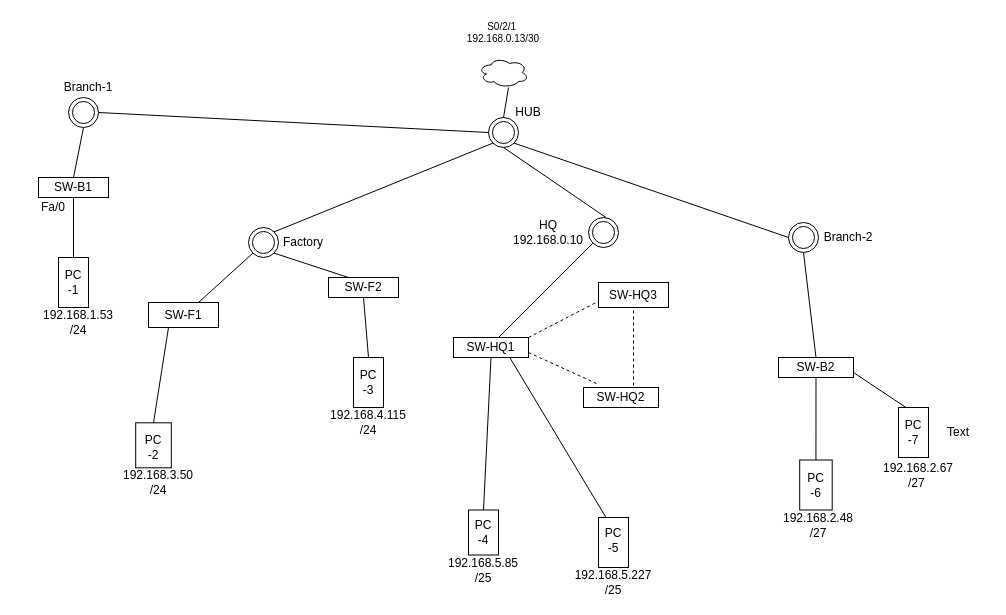
Before: Untitled Diagram.drawio in mbwoodard/cisco, a draw.io diagram. Source tidied: cells renumbered, new cells numbered last; positions are measured from the earlier drawing's top-left corner, leaving out a move shared by most shapes. Both pictures are drawn from the tidied source at 100%, with x=0, y=0 at pixel (38, 17).
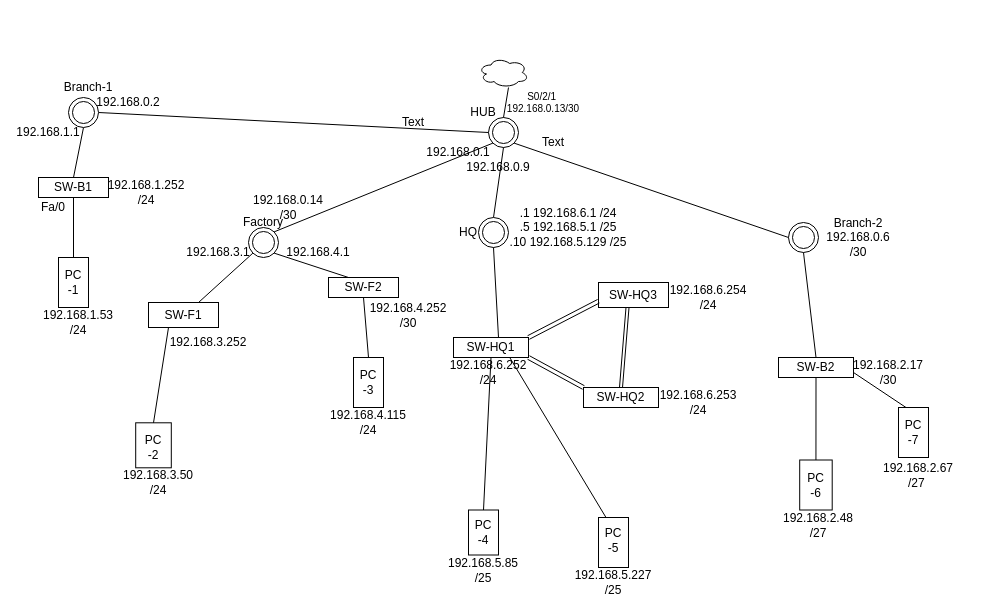
After the change.

Unchanged cells that the change refers to:
```xml
<mxCell id="3" style="ellipse;shape=doubleEllipse;whiteSpace=wrap;html=1;" parent="1" vertex="1">
  <mxGeometry x="450" y="100" width="30" height="30" as="geometry" />
</mxCell>
<mxCell id="37" value="SW-HQ1" style="rounded=0;whiteSpace=wrap;html=1;" parent="1" vertex="1">
  <mxGeometry x="415" y="320" width="75" height="20" as="geometry" />
</mxCell>
<mxCell id="38" value="SW-HQ3" style="rounded=0;whiteSpace=wrap;html=1;" parent="1" vertex="1">
  <mxGeometry x="560" y="265" width="70" height="25" as="geometry" />
</mxCell>
<mxCell id="39" value="SW-HQ2" style="rounded=0;whiteSpace=wrap;html=1;" parent="1" vertex="1">
  <mxGeometry x="545" y="370" width="75" height="20" as="geometry" />
</mxCell>
```

The edit, as a diff of the source:
```diff
@@
     <mxCell id="7" value="S0/2/1&amp;nbsp;&lt;div&gt;192.168.0.13/30&lt;/div&gt;" style="text;html=1;whiteSpace=wrap;strokeColor=none;fillColor=none;align=center;verticalAlign=middle;rounded=0;fontSize=10;" parent="1" vertex="1">
-      <mxGeometry x="430" width="70" height="30" as="geometry" />
+      <mxGeometry x="470" y="70" width="70" height="30" as="geometry" />
     </mxCell>
@@
     <mxCell id="30" value="Factory" style="text;html=1;whiteSpace=wrap;strokeColor=none;fillColor=none;align=center;verticalAlign=middle;rounded=0;" parent="1" vertex="1">
-      <mxGeometry x="235" y="210" width="60" height="30" as="geometry" />
+      <mxGeometry x="195" y="190" width="60" height="30" as="geometry" />
     </mxCell>
-    <mxCell id="31" style="endArrow=none;html=1;rounded=0;entryX=0.5;entryY=1;entryDx=0;entryDy=0;exitX=0.5;exitY=0;exitDx=0;exitDy=0;" parent="1" edge="1" target="3">
-      <mxGeometry relative="1" as="geometry">
-        <mxPoint x="567.5" y="200" as="sourcePoint" />
-      </mxGeometry>
+    <mxCell id="31" style="endArrow=none;html=1;rounded=0;entryX=0.5;entryY=1;entryDx=0;entryDy=0;exitX=0.5;exitY=0;exitDx=0;exitDy=0;" parent="1" edge="1" source="35" target="3">
+      <mxGeometry relative="1" as="geometry" />
     </mxCell>
@@
     <mxCell id="35" style="ellipse;shape=doubleEllipse;whiteSpace=wrap;html=1;" parent="1" vertex="1">
-      <mxGeometry x="550" y="200" width="30" height="30" as="geometry" />
+      <mxGeometry x="440" y="200" width="30" height="30" as="geometry" />
     </mxCell>
@@
-    <mxCell id="42" style="endArrow=none;dashed=1;html=1;rounded=0;entryX=0;entryY=0.75;entryDx=0;entryDy=0;" parent="1" edge="1" target="38">
-      <mxGeometry relative="1" as="geometry">
-        <mxPoint x="490" y="320" as="sourcePoint" />
-      </mxGeometry>
-    </mxCell>
-    <mxCell id="43" style="endArrow=none;dashed=1;html=1;rounded=0;entryX=0.5;entryY=1;entryDx=0;entryDy=0;exitX=0.667;exitY=-0.1;exitDx=0;exitDy=0;exitPerimeter=0;" parent="1" edge="1" source="39" target="38">
-      <mxGeometry relative="1" as="geometry" />
-    </mxCell>
-    <mxCell id="44" style="endArrow=none;dashed=1;html=1;rounded=0;exitX=1;exitY=0.75;exitDx=0;exitDy=0;entryX=0.173;entryY=-0.2;entryDx=0;entryDy=0;entryPerimeter=0;" parent="1" edge="1" source="37" target="39">
-      <mxGeometry relative="1" as="geometry" />
-    </mxCell>
@@
-    <mxCell id="52" style="endArrow=none;html=1;rounded=0;entryX=0;entryY=1;entryDx=0;entryDy=0;" parent="1" edge="1" target="35">
+    <mxCell id="52" style="endArrow=none;html=1;rounded=0;entryX=0.5;entryY=1;entryDx=0;entryDy=0;" parent="1" edge="1" target="35">
       <mxGeometry relative="1" as="geometry">
         <mxPoint x="460" y="320" as="sourcePoint" />
       </mxGeometry>
     </mxCell>
-    <mxCell id="53" value="HQ&lt;div&gt;192.168.0.10&lt;/div&gt;" style="text;html=1;whiteSpace=wrap;strokeColor=none;fillColor=none;align=center;verticalAlign=middle;rounded=0;" parent="1" vertex="1">
-      <mxGeometry x="480" y="200" width="60" height="30" as="geometry" />
+    <mxCell id="53" value="HQ" style="text;html=1;whiteSpace=wrap;strokeColor=none;fillColor=none;align=center;verticalAlign=middle;rounded=0;" parent="1" vertex="1">
+      <mxGeometry x="415" y="205" width="30" height="20" as="geometry" />
     </mxCell>
     <mxCell id="54" value="HUB" style="text;html=1;whiteSpace=wrap;strokeColor=none;fillColor=none;align=center;verticalAlign=middle;rounded=0;" parent="1" vertex="1">
-      <mxGeometry x="460" y="80" width="60" height="30" as="geometry" />
+      <mxGeometry x="415" y="80" width="60" height="30" as="geometry" />
     </mxCell>
@@
-    <mxCell id="57" value="Branch-2" style="text;html=1;whiteSpace=wrap;strokeColor=none;fillColor=none;align=center;verticalAlign=middle;rounded=0;" parent="1" vertex="1">
-      <mxGeometry x="780" y="205" width="60" height="30" as="geometry" />
+    <mxCell id="57" value="Branch-2 192.168.0.6 /30" style="text;html=1;whiteSpace=wrap;strokeColor=none;fillColor=none;align=center;verticalAlign=middle;rounded=0;" parent="1" vertex="1">
+      <mxGeometry x="790" y="205" width="60" height="30" as="geometry" />
     </mxCell>
-    <mxCell id="58" value="Text" style="text;html=1;whiteSpace=wrap;strokeColor=none;fillColor=none;align=center;verticalAlign=middle;rounded=0;" parent="1" vertex="1">
-      <mxGeometry x="890" y="400" width="60" height="30" as="geometry" />
+    <mxCell id="58" value="192.168.6.254 /24" style="text;html=1;whiteSpace=wrap;strokeColor=none;fillColor=none;align=center;verticalAlign=middle;rounded=0;" parent="1" vertex="1">
+      <mxGeometry x="640" y="265" width="60" height="30" as="geometry" />
     </mxCell>
@@
+    <mxCell id="65" value="192.168.2.17 /30" style="text;html=1;whiteSpace=wrap;strokeColor=none;fillColor=none;align=center;verticalAlign=middle;rounded=0;" parent="1" vertex="1">
+      <mxGeometry x="820" y="340" width="60" height="30" as="geometry" />
+    </mxCell>
+    <mxCell id="66" value="192.168.6.253 /24" style="text;html=1;whiteSpace=wrap;strokeColor=none;fillColor=none;align=center;verticalAlign=middle;rounded=0;" parent="1" vertex="1">
+      <mxGeometry x="630" y="370" width="60" height="30" as="geometry" />
+    </mxCell>
+    <mxCell id="67" value="192.168.6.252 /24" style="text;html=1;whiteSpace=wrap;strokeColor=none;fillColor=none;align=center;verticalAlign=middle;rounded=0;" parent="1" vertex="1">
+      <mxGeometry x="420" y="340" width="60" height="30" as="geometry" />
+    </mxCell>
+    <mxCell id="68" value=".1 192.168.6.1 /24&lt;div&gt;.5 192.168.5.1 /25&lt;/div&gt;&lt;div&gt;.10 192.168.5.129 /25&lt;/div&gt;" style="text;html=1;whiteSpace=wrap;strokeColor=none;fillColor=none;align=center;verticalAlign=middle;rounded=0;" parent="1" vertex="1">
+      <mxGeometry x="470" y="195" width="120" height="30" as="geometry" />
+    </mxCell>
+    <mxCell id="69" style="shape=link;html=1;rounded=0;exitX=1;exitY=0;exitDx=0;exitDy=0;entryX=0;entryY=0.75;entryDx=0;entryDy=0;" parent="1" edge="1" source="37" target="38">
+      <mxGeometry relative="1" as="geometry" />
+    </mxCell>
+    <mxCell id="70" style="shape=link;html=1;rounded=0;width=3;entryX=0.5;entryY=0;entryDx=0;entryDy=0;" parent="1" edge="1" target="39">
+      <mxGeometry relative="1" as="geometry">
+        <mxPoint x="589" y="290" as="sourcePoint" />
+      </mxGeometry>
+    </mxCell>
+    <mxCell id="44" style="shape=link;html=1;rounded=0;entryX=0;entryY=0;entryDx=0;entryDy=0;exitX=1;exitY=1;exitDx=0;exitDy=0;" parent="1" edge="1" source="37" target="39">
+      <mxGeometry relative="1" as="geometry" />
+    </mxCell>
+    <mxCell id="71" value="192.168.4.1" style="text;html=1;whiteSpace=wrap;strokeColor=none;fillColor=none;align=center;verticalAlign=middle;rounded=0;" parent="1" vertex="1">
+      <mxGeometry x="250" y="220" width="60" height="30" as="geometry" />
+    </mxCell>
+    <mxCell id="72" value="192.168.4.252 /30" style="text;html=1;whiteSpace=wrap;strokeColor=none;fillColor=none;align=center;verticalAlign=middle;rounded=0;" parent="1" vertex="1">
+      <mxGeometry x="340" y="282.5" width="60" height="30" as="geometry" />
+    </mxCell>
+    <mxCell id="73" value="192.168.3.1" style="text;html=1;whiteSpace=wrap;strokeColor=none;fillColor=none;align=center;verticalAlign=middle;rounded=0;" parent="1" vertex="1">
+      <mxGeometry x="150" y="220" width="60" height="30" as="geometry" />
+    </mxCell>
+    <mxCell id="74" value="192.168.3.252" style="text;html=1;whiteSpace=wrap;strokeColor=none;fillColor=none;align=center;verticalAlign=middle;rounded=0;" parent="1" vertex="1">
+      <mxGeometry x="140" y="310" width="60" height="30" as="geometry" />
+    </mxCell>
+    <mxCell id="75" value="192.168.1.252 /24" style="text;html=1;whiteSpace=wrap;strokeColor=none;fillColor=none;align=center;verticalAlign=middle;rounded=0;" parent="1" vertex="1">
+      <mxGeometry x="77.5" y="160" width="60" height="30" as="geometry" />
+    </mxCell>
+    <mxCell id="76" value="192.168.1.1" style="text;html=1;whiteSpace=wrap;strokeColor=none;fillColor=none;align=center;verticalAlign=middle;rounded=0;" parent="1" vertex="1">
+      <mxGeometry x="-20" y="100" width="60" height="30" as="geometry" />
+    </mxCell>
+    <mxCell id="77" value="192.168.0.2" style="text;html=1;whiteSpace=wrap;strokeColor=none;fillColor=none;align=center;verticalAlign=middle;rounded=0;" parent="1" vertex="1">
+      <mxGeometry x="60" y="70" width="60" height="30" as="geometry" />
+    </mxCell>
+    <mxCell id="78" value="192.168.0.14 /30" style="text;html=1;whiteSpace=wrap;strokeColor=none;fillColor=none;align=center;verticalAlign=middle;rounded=0;" parent="1" vertex="1">
+      <mxGeometry x="220" y="175" width="60" height="30" as="geometry" />
+    </mxCell>
+    <mxCell id="79" value="Text" style="text;html=1;whiteSpace=wrap;strokeColor=none;fillColor=none;align=center;verticalAlign=middle;rounded=0;" parent="1" vertex="1">
+      <mxGeometry x="345" y="90" width="60" height="30" as="geometry" />
+    </mxCell>
+    <mxCell id="80" value="192.168.0.1" style="text;html=1;whiteSpace=wrap;strokeColor=none;fillColor=none;align=center;verticalAlign=middle;rounded=0;" parent="1" vertex="1">
+      <mxGeometry x="390" y="120" width="60" height="30" as="geometry" />
+    </mxCell>
+    <mxCell id="81" value="192.168.0.9" style="text;html=1;whiteSpace=wrap;strokeColor=none;fillColor=none;align=center;verticalAlign=middle;rounded=0;" parent="1" vertex="1">
+      <mxGeometry x="430" y="135" width="60" height="30" as="geometry" />
+    </mxCell>
+    <mxCell id="82" value="Text" style="text;html=1;whiteSpace=wrap;strokeColor=none;fillColor=none;align=center;verticalAlign=middle;rounded=0;" parent="1" vertex="1">
+      <mxGeometry x="485" y="110" width="60" height="30" as="geometry" />
+    </mxCell>
```
